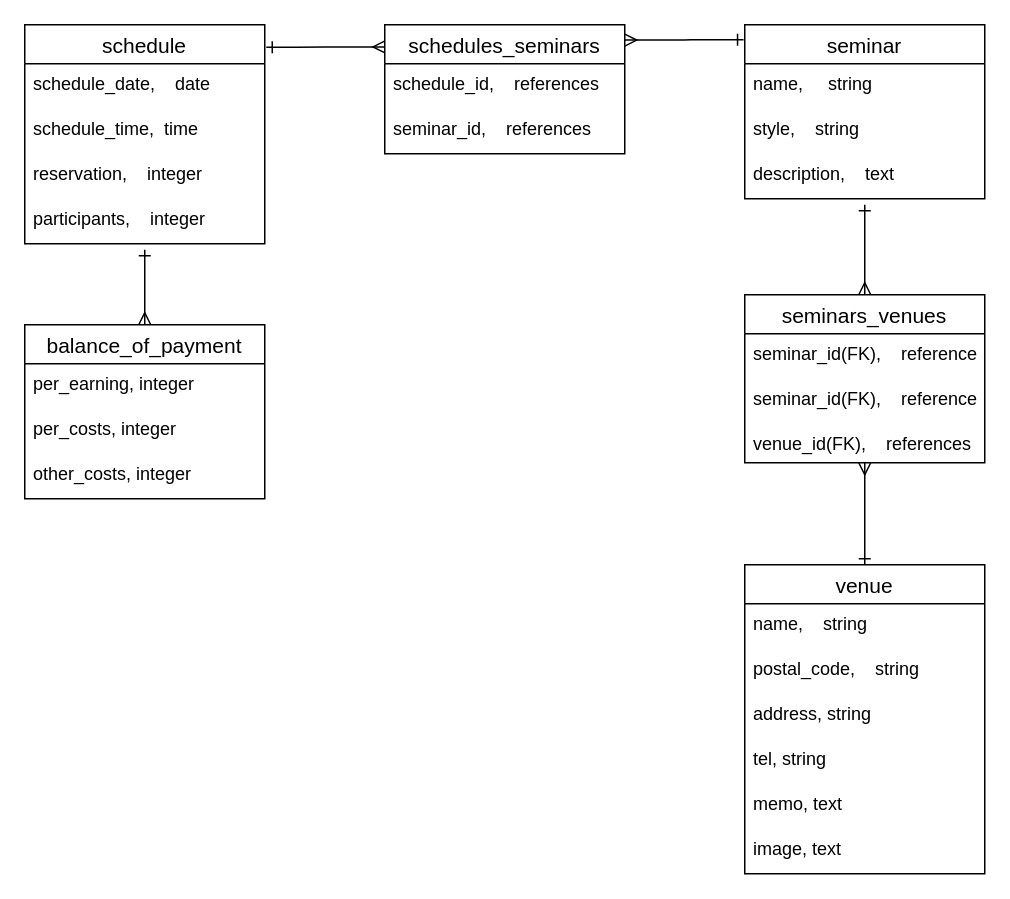
Earlier version of the draw.io diagram db.dio (mc-nakayama/semimane). Source tidied: cells renumbered, new cells numbered last; positions are measured from the earlier drawing's top-left corner, leaving out a move shared by most shapes. Both pictures are drawn from the tidied source at 150%, with x=0, y=0 at pixel (24, 24).
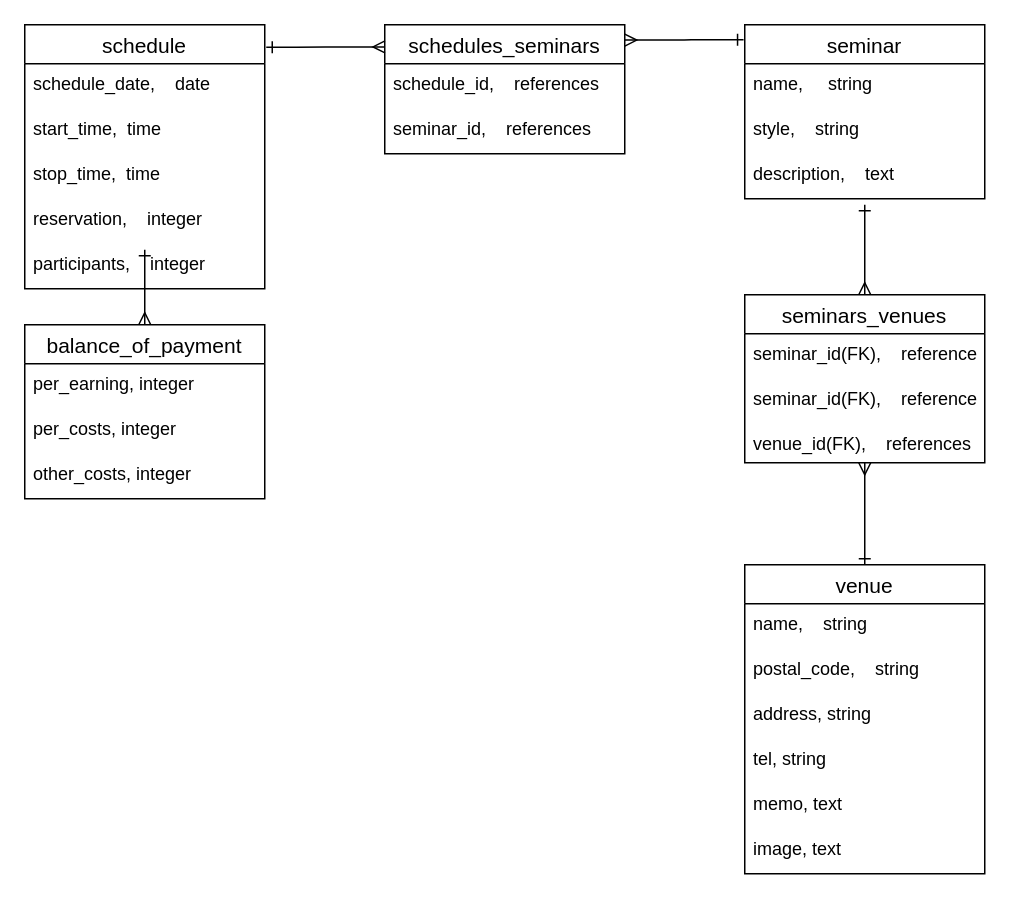
The same diagram, later.

The edit, as a diff of the source:
```diff
@@
     <mxCell id="2" value="schedule" style="swimlane;fontStyle=0;horizontal=1;startSize=26;align=center;fontSize=14;" parent="1" vertex="1">
-      <mxGeometry width="160" height="146" as="geometry" />
+      <mxGeometry width="160" height="176" as="geometry" />
     </mxCell>
@@
-    <mxCell id="4" value="schedule_time,  time" style="text;strokeColor=none;fillColor=none;spacingLeft=4;spacingRight=4;overflow=hidden;fontSize=12;" parent="2" vertex="1">
+    <mxCell id="4" value="start_time,  time" style="text;strokeColor=none;fillColor=none;spacingLeft=4;spacingRight=4;overflow=hidden;fontSize=12;" parent="2" vertex="1">
       <mxGeometry y="56" width="160" height="30" as="geometry" />
     </mxCell>
+    <mxCell id="34" value="stop_time,  time" style="text;strokeColor=none;fillColor=none;spacingLeft=4;spacingRight=4;overflow=hidden;fontSize=12;" parent="2" vertex="1">
+      <mxGeometry y="86" width="160" height="30" as="geometry" />
+    </mxCell>
     <mxCell id="5" value="reservation,    integer&#10;" style="text;strokeColor=none;fillColor=none;spacingLeft=4;spacingRight=4;overflow=hidden;fontSize=12;" parent="2" vertex="1">
-      <mxGeometry y="86" width="160" height="30" as="geometry" />
+      <mxGeometry y="116" width="160" height="30" as="geometry" />
     </mxCell>
     <mxCell id="6" value="participants,    integer&#10;" style="text;strokeColor=none;fillColor=none;spacingLeft=4;spacingRight=4;overflow=hidden;fontSize=12;" parent="2" vertex="1">
-      <mxGeometry y="116" width="160" height="30" as="geometry" />
+      <mxGeometry y="146" width="160" height="30" as="geometry" />
     </mxCell>
```
